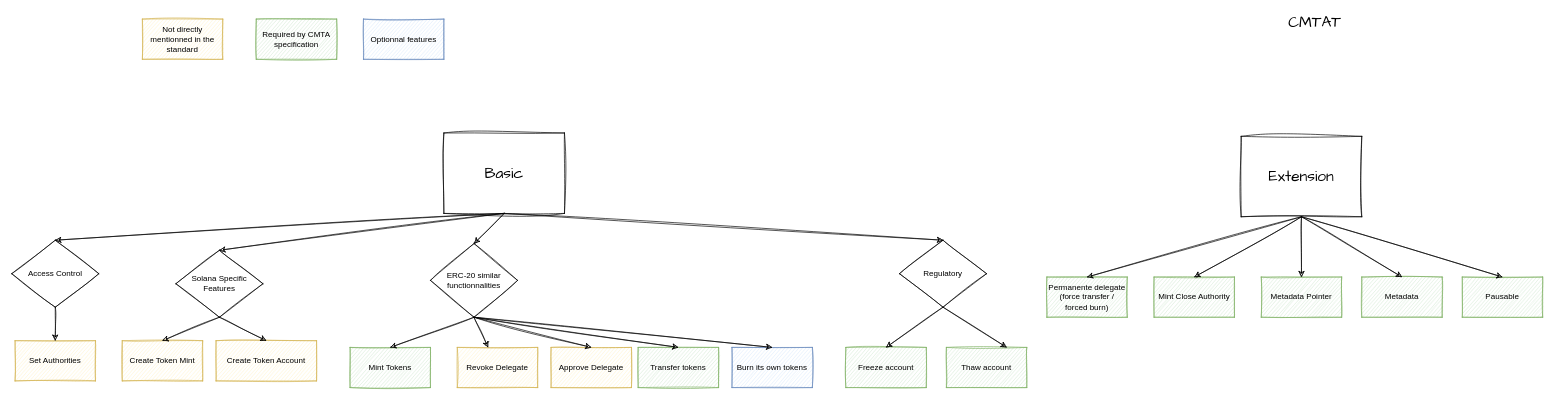
Before: page "extension" (2 of 2) of schema/solana-cmtat.drawio in CMTA/CMTAT_Solana, a draw.io diagram. Source tidied: cells renumbered, new cells numbered last; positions are measured from the earlier drawing's top-left corner, leaving out a move shared by most shapes. Both pictures are drawn from the tidied source at 67%, with x=0, y=0 at pixel (11, 12).
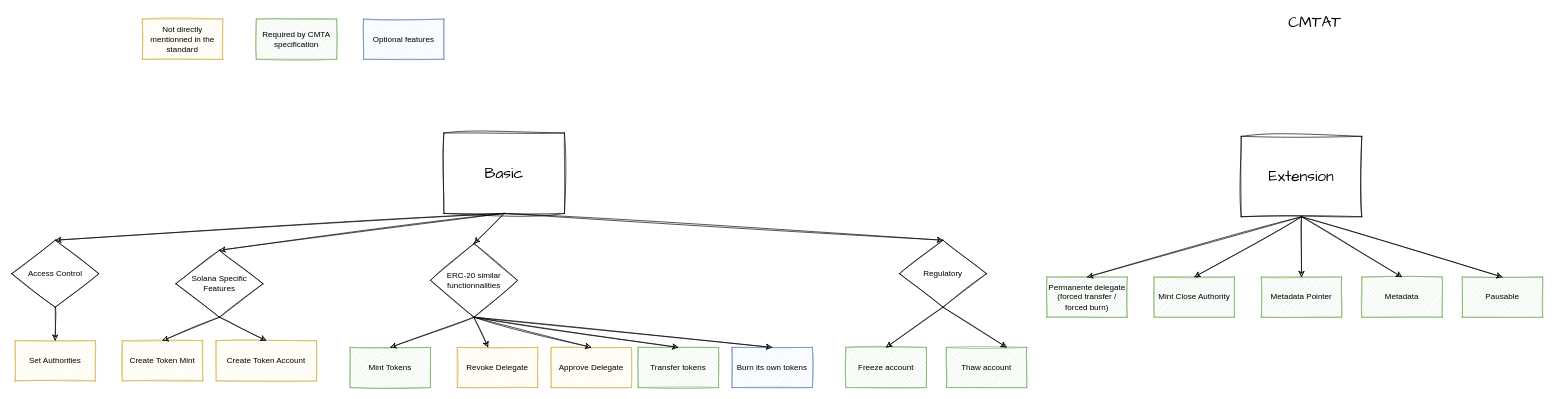
The same diagram, later.

The edit, as a diff of the source:
```diff
@@
-    <mxCell id="5" value="Permanente delegate&lt;br&gt;(force transfer / forced burn)" style="rounded=0;whiteSpace=wrap;html=1;fillColor=#d5e8d4;strokeColor=#82b366;sketch=1;" parent="1" vertex="1">
+    <mxCell id="5" value="Permanente delegate&lt;br&gt;(forced transfer / forced burn)" style="rounded=0;whiteSpace=wrap;html=1;fillColor=#d5e8d4;strokeColor=#82b366;sketch=1;" parent="1" vertex="1">
       <mxGeometry x="1545" y="395" width="120" height="60" as="geometry" />
     </mxCell>
@@
-    <mxCell id="45" value="Optionnal features" style="rounded=0;whiteSpace=wrap;html=1;fillColor=#dae8fc;strokeColor=#6c8ebf;sketch=1;" parent="1" vertex="1">
+    <mxCell id="45" value="Optional features" style="rounded=0;whiteSpace=wrap;html=1;fillColor=#dae8fc;strokeColor=#6c8ebf;sketch=1;" parent="1" vertex="1">
       <mxGeometry x="525" y="10" width="120" height="60" as="geometry" />
     </mxCell>
```
